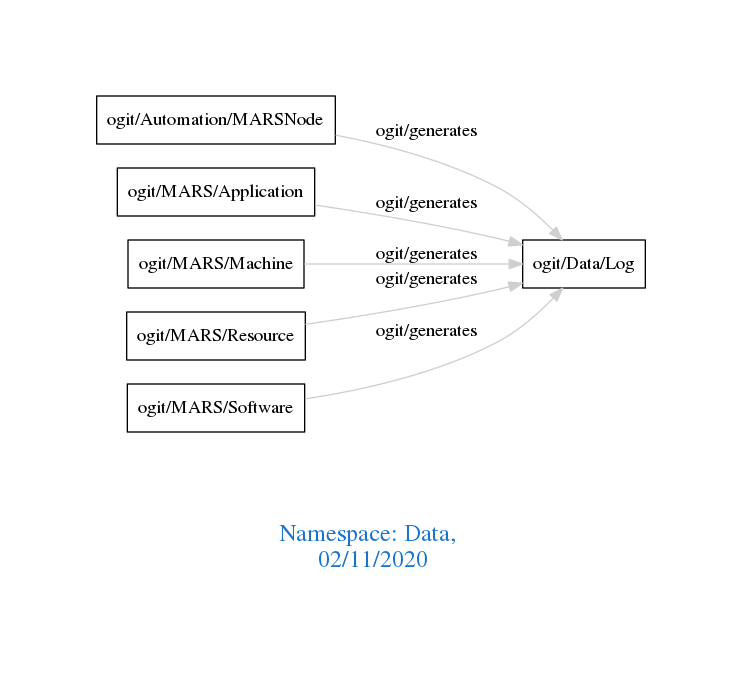
Before: downloads/Data.png, a diagram exported from Graphviz (arago/OGIT). Its source is kept beside it as downloads/Data.dot.
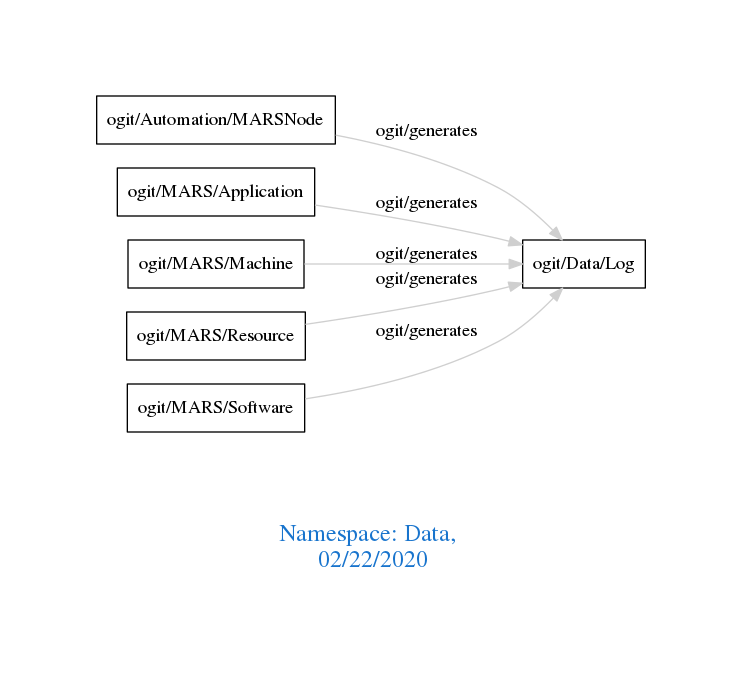
The same file after the commit.

What changed in the source:
```diff
@@ -1,7 +1,7 @@
 digraph OGIT_ontology {
  graph [ rankdir= LR,pad=1
 fontsize = 18,
-fontcolor= dodgerblue3,label = "\n\n\nNamespace: Data, \n 02/11/2020"];
+fontcolor= dodgerblue3,label = "\n\n\nNamespace: Data, \n 02/22/2020"];
 node[shape=polygon];
 edge [  color="gray81"];
 
```
